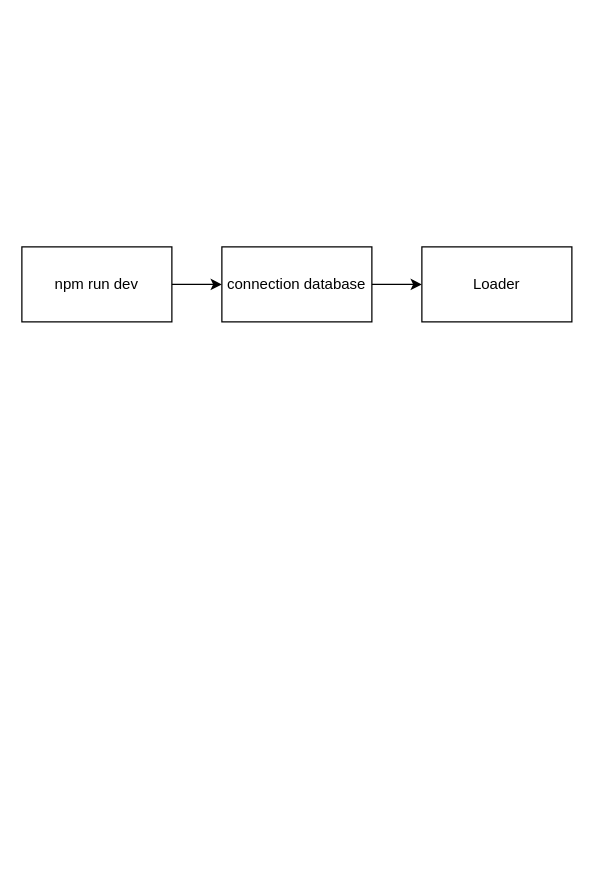
Above: DataFlux.drawio in Projet-360/BoilerPlateSvelteKit (draw.io), before the change. Source tidied: cells renumbered, new cells numbered last; positions are measured from the earlier drawing's top-left corner, leaving out a move shared by most shapes. Both pictures are drawn from the tidied source at 125%, with x=0, y=0 at pixel (21, 246).
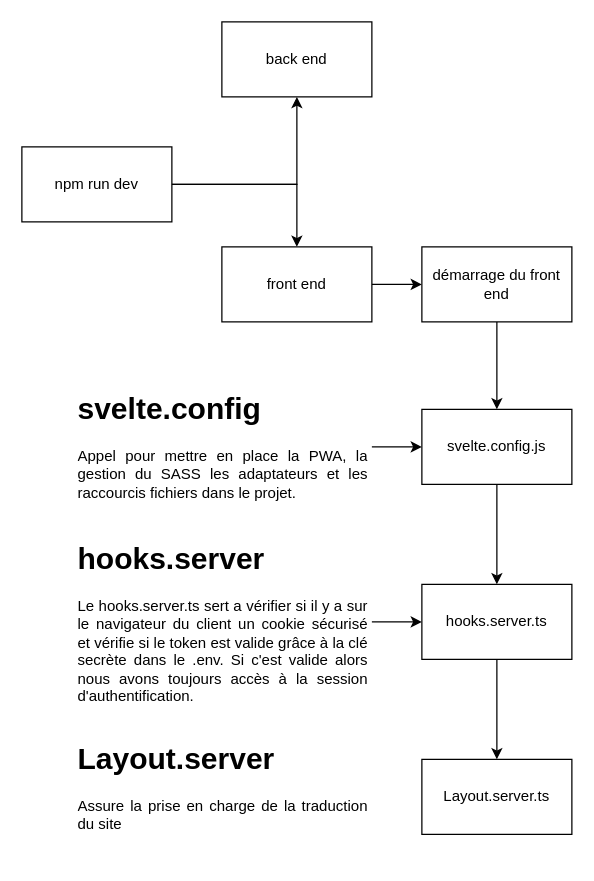
Above is the later version.

Commit message:
Mettre à jour DataFlux.drawio

Diff of the diagram source:
```diff
@@
     <mxCell id="2" style="edgeStyle=orthogonalEdgeStyle;rounded=0;jettySize=auto;html=1;" parent="1" edge="1" source="3" target="5">
       <mxGeometry relative="1" as="geometry">
         <Array as="points">
-          <mxPoint x="240" y="30" />
+          <mxPoint x="220" y="-50" />
         </Array>
       </mxGeometry>
     </mxCell>
     <mxCell id="3" value="npm run dev" style="rounded=0;whiteSpace=wrap;html=1;" parent="1" vertex="1">
-      <mxGeometry width="120" height="60" as="geometry" />
+      <mxGeometry y="-80" width="120" height="60" as="geometry" />
     </mxCell>
@@
-    <mxCell id="5" value="connection database" style="rounded=0;whiteSpace=wrap;html=1;" parent="1" vertex="1">
+    <mxCell id="5" value="front end" style="rounded=0;whiteSpace=wrap;html=1;" parent="1" vertex="1">
       <mxGeometry x="160" width="120" height="60" as="geometry" />
     </mxCell>
+    <mxCell id="7" style="edgeStyle=orthogonalEdgeStyle;rounded=0;jettySize=auto;html=1;entryX=0.5;entryY=0;entryDx=0;entryDy=0;" parent="1" edge="1" source="6" target="16">
+      <mxGeometry relative="1" as="geometry" />
+    </mxCell>
-    <mxCell id="6" value="Loader" style="rounded=0;whiteSpace=wrap;html=1;" parent="1" vertex="1">
+    <mxCell id="6" value="démarrage du front end" style="rounded=0;whiteSpace=wrap;html=1;" parent="1" vertex="1">
       <mxGeometry x="320" width="120" height="60" as="geometry" />
     </mxCell>
+    <mxCell id="8" value="back end" style="rounded=0;whiteSpace=wrap;html=1;" parent="1" vertex="1">
+      <mxGeometry x="160" y="-180" width="120" height="60" as="geometry" />
+    </mxCell>
+    <mxCell id="9" style="endArrow=classic;html=1;rounded=0;exitX=1;exitY=0.5;exitDx=0;exitDy=0;entryX=0.5;entryY=1;entryDx=0;entryDy=0;" parent="1" edge="1" source="3" target="8">
+      <mxGeometry relative="1" as="geometry">
+        <Array as="points">
+          <mxPoint x="220" y="-50" />
+        </Array>
+      </mxGeometry>
+    </mxCell>
+    <mxCell id="10" style="edgeStyle=orthogonalEdgeStyle;rounded=0;jettySize=auto;html=1;" parent="1" edge="1" source="11" target="14">
+      <mxGeometry relative="1" as="geometry" />
+    </mxCell>
+    <mxCell id="11" value="hooks.server.ts" style="rounded=0;whiteSpace=wrap;html=1;" parent="1" vertex="1">
+      <mxGeometry x="320" y="270" width="120" height="60" as="geometry" />
+    </mxCell>
+    <mxCell id="12" style="edgeStyle=orthogonalEdgeStyle;rounded=0;jettySize=auto;html=1;" parent="1" edge="1" source="13" target="11">
+      <mxGeometry relative="1" as="geometry" />
+    </mxCell>
+    <mxCell id="13" value="&lt;h1&gt;hooks.server&lt;/h1&gt;&lt;p style=&quot;text-align: justify;&quot;&gt;Le hooks.server.ts sert a vérifier si il y a sur le navigateur du client un cookie sécurisé et vérifie si le token est valide grâce à la clé secrète dans le .env. Si c'est valide alors nous avons toujours accès à la session d'authentification.&lt;br&gt;&lt;/p&gt;" style="text;html=1;strokeColor=none;fillColor=none;spacing=5;spacingTop=-20;whiteSpace=wrap;overflow=hidden;rounded=0;" parent="1" vertex="1">
+      <mxGeometry x="40" y="230" width="240" height="140" as="geometry" />
+    </mxCell>
+    <mxCell id="14" value="Layout.server.ts" style="whiteSpace=wrap;html=1;rounded=0;" parent="1" vertex="1">
+      <mxGeometry x="320" y="410" width="120" height="60" as="geometry" />
+    </mxCell>
+    <mxCell id="15" style="edgeStyle=orthogonalEdgeStyle;rounded=0;jettySize=auto;html=1;" parent="1" edge="1" source="16" target="11">
+      <mxGeometry relative="1" as="geometry" />
+    </mxCell>
+    <mxCell id="16" value="svelte.config.js" style="rounded=0;whiteSpace=wrap;html=1;" parent="1" vertex="1">
+      <mxGeometry x="320" y="130" width="120" height="60" as="geometry" />
+    </mxCell>
+    <mxCell id="17" style="edgeStyle=orthogonalEdgeStyle;rounded=0;jettySize=auto;html=1;" parent="1" edge="1" source="18" target="16">
+      <mxGeometry relative="1" as="geometry" />
+    </mxCell>
+    <mxCell id="18" value="&lt;h1&gt;svelte.config&lt;/h1&gt;&lt;p style=&quot;text-align: justify;&quot;&gt;Appel pour mettre en place la PWA, la gestion du SASS les adaptateurs et les raccourcis fichiers dans le projet.&lt;br&gt;&lt;/p&gt;" style="text;html=1;strokeColor=none;fillColor=none;spacing=5;spacingTop=-20;whiteSpace=wrap;overflow=hidden;rounded=0;" parent="1" vertex="1">
+      <mxGeometry x="40" y="110" width="240" height="100" as="geometry" />
+    </mxCell>
+    <mxCell id="19" value="&lt;h1&gt;Layout.server&lt;/h1&gt;&lt;p style=&quot;text-align: justify;&quot;&gt;Assure la prise en charge de la traduction du site&lt;br&gt;&lt;/p&gt;" style="text;html=1;strokeColor=none;fillColor=none;spacing=5;spacingTop=-20;whiteSpace=wrap;overflow=hidden;rounded=0;" parent="1" vertex="1">
+      <mxGeometry x="40" y="390" width="240" height="100" as="geometry" />
+    </mxCell>
```
